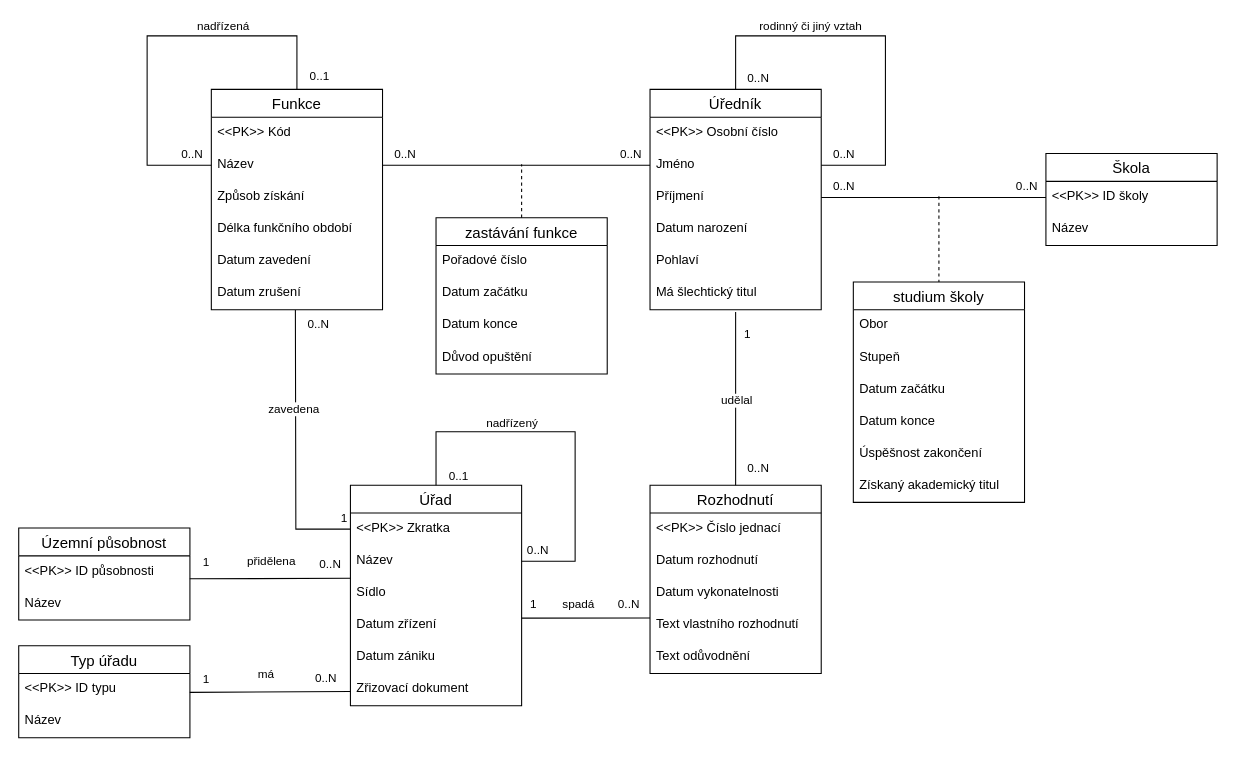
This is ius-hw.drawio from JosefKuchar/ius-hw, a draw.io file, before an edit. Source tidied: cells renumbered, new cells numbered last; positions are measured from the earlier drawing's top-left corner, leaving out a move shared by most shapes. Both pictures are drawn from the tidied source at 107%, with x=0, y=0 at pixel (18, 35).
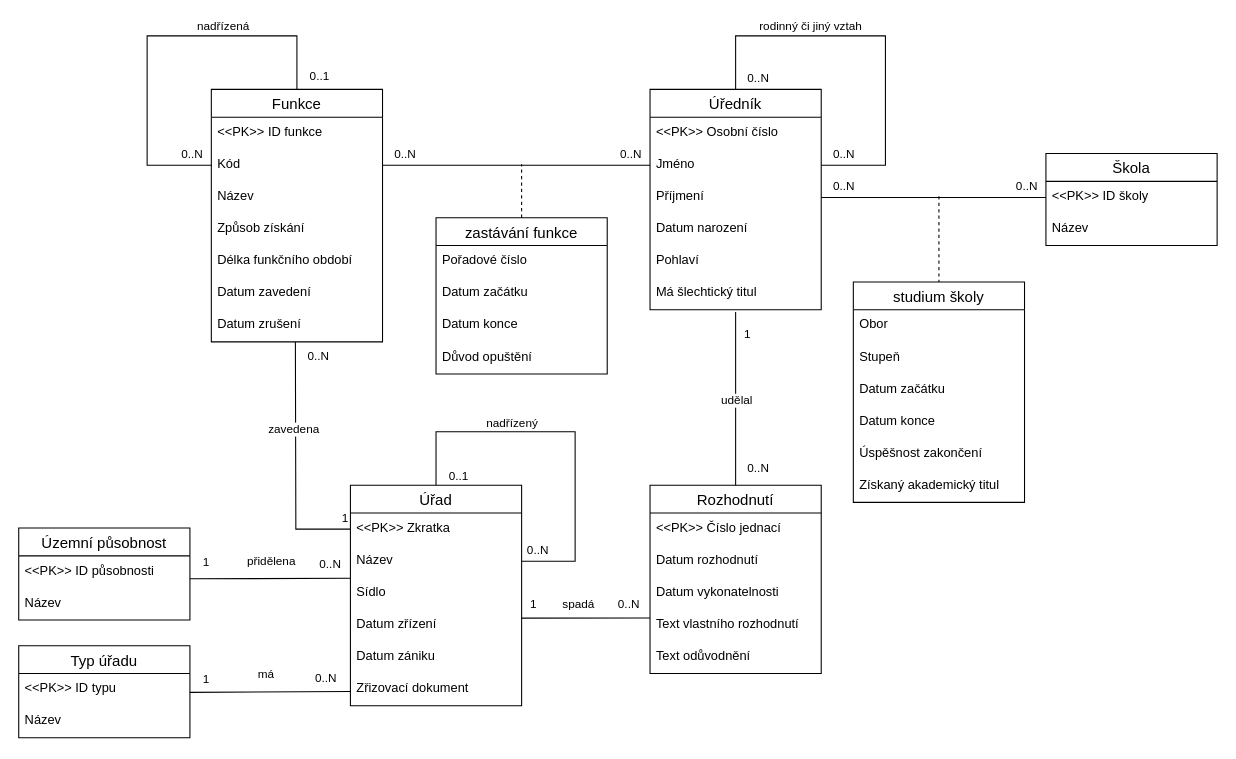
After the change.

The change refers to these unchanged cells:
```xml
<mxCell id="4" value="Jméno" style="text;strokeColor=none;fillColor=none;spacingLeft=4;spacingRight=4;overflow=hidden;points=[[0,0.5],[1,0.5]];portConstraint=eastwest;fontSize=12;" parent="2" vertex="1">
  <mxGeometry y="56" width="160" height="30" as="geometry" />
</mxCell>
```

Change to the diagram source:
```diff
@@
     <mxCell id="44" value="Funkce" style="swimlane;fontStyle=0;horizontal=1;startSize=26;align=center;fontSize=14;" parent="1" vertex="1">
-      <mxGeometry x="180" y="50" width="160" height="206" as="geometry" />
+      <mxGeometry x="180" y="50" width="160" height="236" as="geometry" />
     </mxCell>
+    <mxCell id="90" value="&lt;&lt;PK&gt;&gt; ID funkce" style="text;strokeColor=none;fillColor=none;spacingLeft=4;spacingRight=4;overflow=hidden;fontSize=12;" parent="44" vertex="1">
+      <mxGeometry y="26" width="160" height="30" as="geometry" />
+    </mxCell>
-    <mxCell id="45" value="&lt;&lt;PK&gt;&gt; Kód&#10;" style="text;strokeColor=none;fillColor=none;spacingLeft=4;spacingRight=4;overflow=hidden;points=[[0,0.5],[1,0.5]];portConstraint=eastwest;fontSize=12;" parent="44" vertex="1">
-      <mxGeometry y="26" width="160" height="30" as="geometry" />
+    <mxCell id="45" value="Kód&#10;" style="text;strokeColor=none;fillColor=none;spacingLeft=4;spacingRight=4;overflow=hidden;points=[[0,0.5],[1,0.5]];portConstraint=eastwest;fontSize=12;" parent="44" vertex="1">
+      <mxGeometry y="56" width="160" height="30" as="geometry" />
     </mxCell>
     <mxCell id="46" value="Název" style="text;strokeColor=none;fillColor=none;spacingLeft=4;spacingRight=4;overflow=hidden;points=[[0,0.5],[1,0.5]];portConstraint=eastwest;fontSize=12;" parent="44" vertex="1">
-      <mxGeometry y="56" width="160" height="30" as="geometry" />
+      <mxGeometry y="86" width="160" height="30" as="geometry" />
     </mxCell>
     <mxCell id="47" value="Způsob získání" style="text;strokeColor=none;fillColor=none;spacingLeft=4;spacingRight=4;overflow=hidden;fontSize=12;" parent="44" vertex="1">
-      <mxGeometry y="86" width="160" height="30" as="geometry" />
+      <mxGeometry y="116" width="160" height="30" as="geometry" />
     </mxCell>
     <mxCell id="48" value="Délka funkčního období" style="text;strokeColor=none;fillColor=none;spacingLeft=4;spacingRight=4;overflow=hidden;fontSize=12;" parent="44" vertex="1">
-      <mxGeometry y="116" width="160" height="30" as="geometry" />
+      <mxGeometry y="146" width="160" height="30" as="geometry" />
     </mxCell>
     <mxCell id="49" value="Datum zavedení" style="text;strokeColor=none;fillColor=none;spacingLeft=4;spacingRight=4;overflow=hidden;fontSize=12;" parent="44" vertex="1">
-      <mxGeometry y="146" width="160" height="30" as="geometry" />
+      <mxGeometry y="176" width="160" height="30" as="geometry" />
     </mxCell>
     <mxCell id="50" value="Datum zrušení" style="text;strokeColor=none;fillColor=none;spacingLeft=4;spacingRight=4;overflow=hidden;points=[[0,0.5],[1,0.5]];portConstraint=eastwest;fontSize=12;" parent="44" vertex="1">
-      <mxGeometry y="176" width="160" height="30" as="geometry" />
+      <mxGeometry y="206" width="160" height="30" as="geometry" />
     </mxCell>
-    <mxCell id="51" style="endArrow=none;html=1;rounded=0;entryX=0;entryY=0.5;entryDx=0;entryDy=0;exitX=0.5;exitY=0;exitDx=0;exitDy=0;" parent="44" edge="1" source="44" target="46">
+    <mxCell id="51" style="endArrow=none;html=1;rounded=0;entryX=0;entryY=0.5;entryDx=0;entryDy=0;exitX=0.5;exitY=0;exitDx=0;exitDy=0;" parent="44" edge="1" source="44" target="45">
       <mxGeometry relative="1" as="geometry">
         <Array as="points">
           <mxPoint x="80" y="-20" />
           <mxPoint x="80" y="-50" />
           <mxPoint x="-60" y="-50" />
           <mxPoint x="-60" y="71" />
         </Array>
       </mxGeometry>
     </mxCell>
@@
-    <mxCell id="68" style="endArrow=none;html=1;rounded=0;exitX=1;exitY=0.5;exitDx=0;exitDy=0;entryX=0;entryY=0.5;entryDx=0;entryDy=0;" parent="1" edge="1" source="46" target="4">
+    <mxCell id="68" style="endArrow=none;html=1;rounded=0;exitX=1;exitY=0.5;exitDx=0;exitDy=0;entryX=0;entryY=0.5;entryDx=0;entryDy=0;" parent="1" edge="1" source="45" target="4">
       <mxGeometry relative="1" as="geometry" />
     </mxCell>
```
